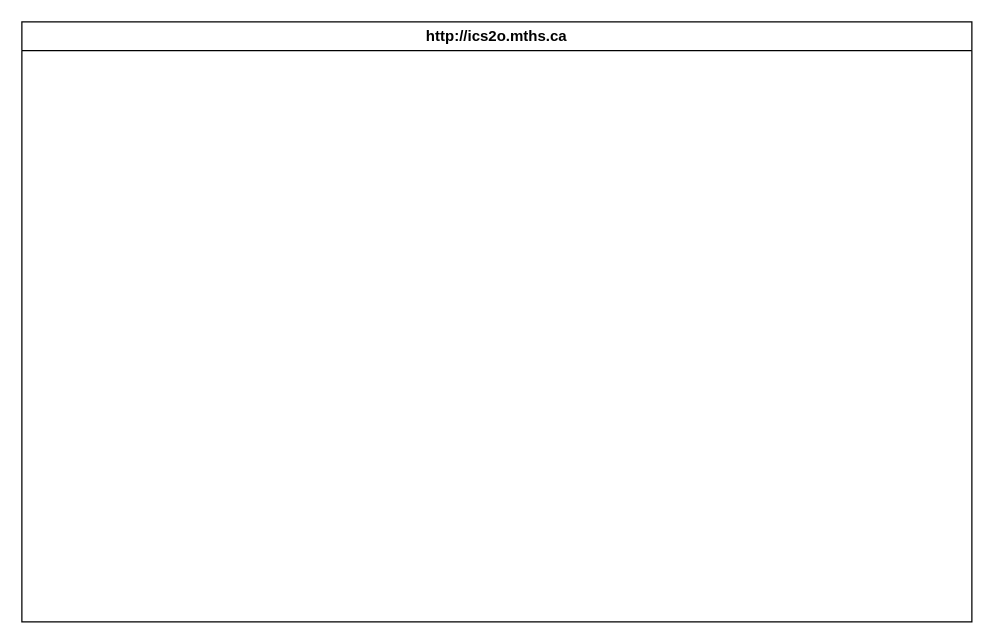
Earlier version of the draw.io diagram design/storyboard.drawio (MTHS-ICD2O-1-2023/ICD2O-Unit-5-07-tymofii-stepanov). Source tidied: cells renumbered, new cells numbered last; positions are measured from the earlier drawing's top-left corner, leaving out a move shared by most shapes. Both pictures are drawn from the tidied source at 125%, with x=0, y=0 at pixel (21, 21).
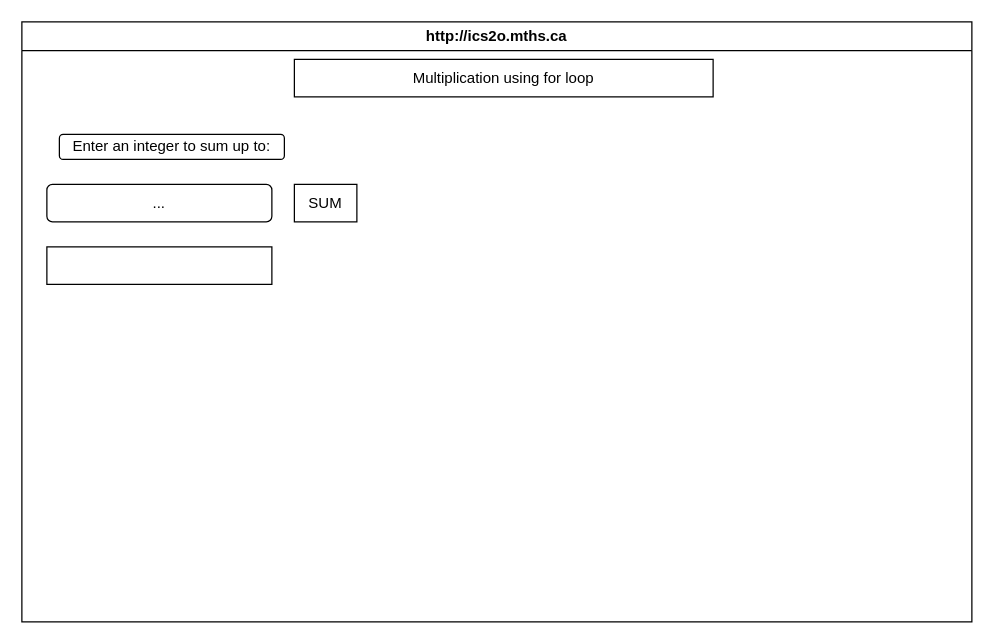
After the change.

What changed in the source:
```diff
@@
 <mxGraphModel>
   <root>
     <mxCell id="0" />
     <mxCell id="1" parent="0" />
     <mxCell id="2" value="http://ics2o.mths.ca" style="swimlane;whiteSpace=wrap;html=1;" parent="1" vertex="1">
       <mxGeometry width="760" height="480" as="geometry" />
     </mxCell>
+    <mxCell id="3" value="Multiplication using for loop" style="rounded=0;whiteSpace=wrap;html=1;" parent="2" vertex="1">
+      <mxGeometry x="218" y="30" width="335" height="30" as="geometry" />
+    </mxCell>
+    <mxCell id="4" value="Enter an integer to sum up to:" style="rounded=1;whiteSpace=wrap;html=1;" parent="2" vertex="1">
+      <mxGeometry x="30" y="90" width="180" height="20" as="geometry" />
+    </mxCell>
+    <mxCell id="5" value="SUM" style="rounded=0;whiteSpace=wrap;html=1;" parent="2" vertex="1">
+      <mxGeometry x="218" y="130" width="50" height="30" as="geometry" />
+    </mxCell>
+    <mxCell id="6" value="..." style="rounded=1;whiteSpace=wrap;html=1;" parent="2" vertex="1">
+      <mxGeometry x="20" y="130" width="180" height="30" as="geometry" />
+    </mxCell>
+    <mxCell id="7" style="rounded=0;whiteSpace=wrap;html=1;" parent="2" vertex="1">
+      <mxGeometry x="20" y="180" width="180" height="30" as="geometry" />
+    </mxCell>
   </root>
 </mxGraphModel>
```
